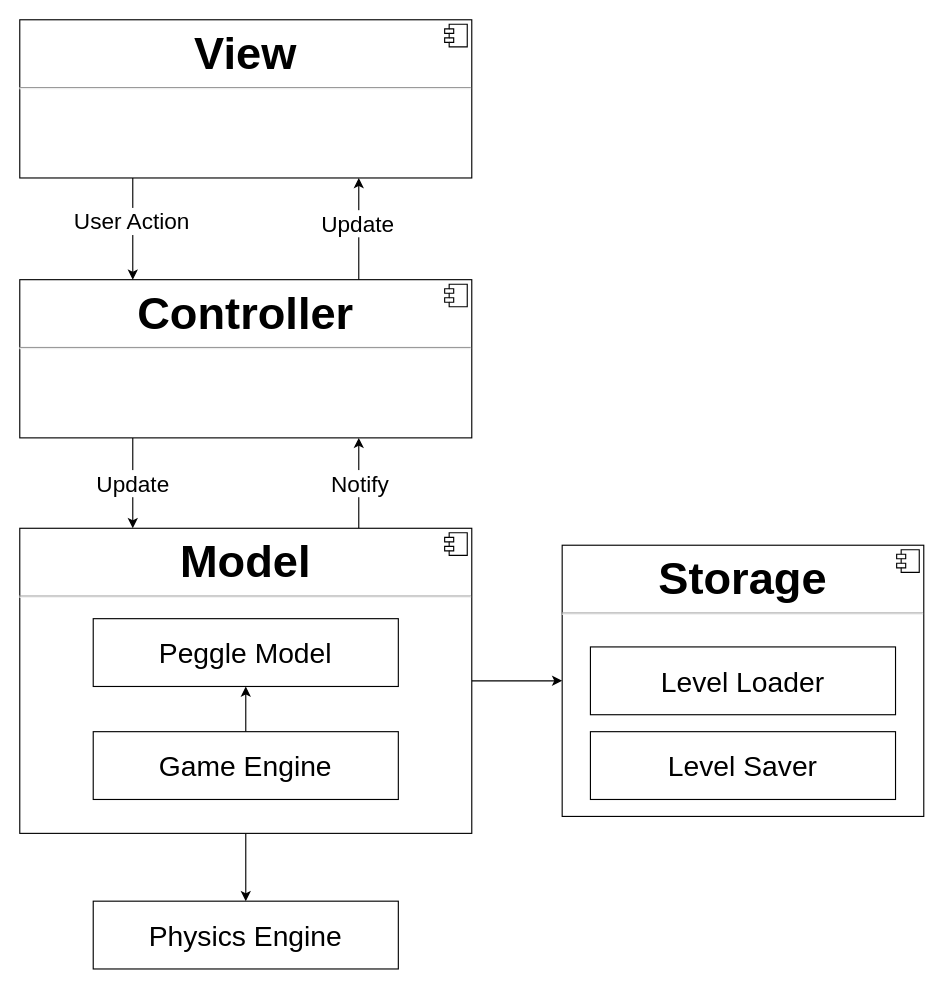
The draw.io diagram diagrams/ArchitectureDiagram.drawio in T-Fang/Ocean-Peggle, before the edit. Source tidied: cells renumbered, new cells numbered last; positions are measured from the earlier drawing's top-left corner, leaving out a move shared by most shapes. Both pictures are drawn from the tidied source at 113%, with x=0, y=0 at pixel (19, 19).
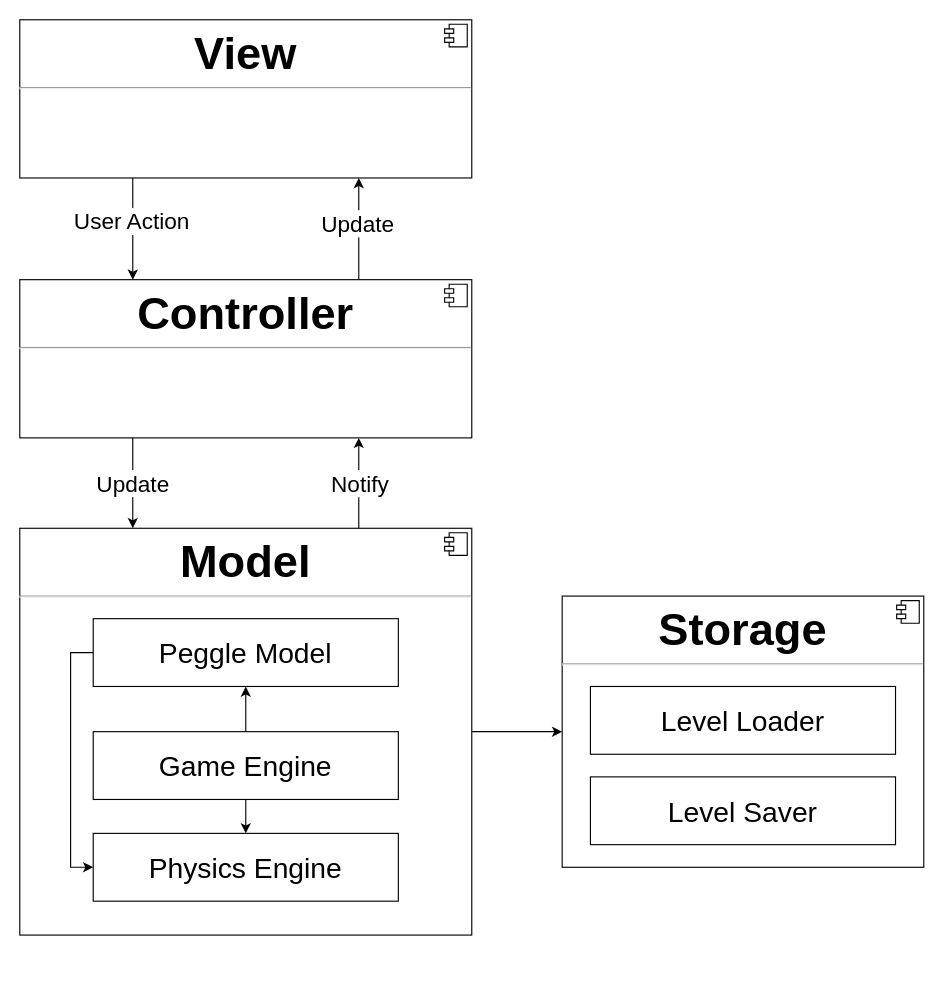
The same page after the edit.

The change refers to these unchanged cells:
```xml
<mxCell id="8" value="&lt;font style=&quot;font-size: 25px&quot;&gt;Peggle Model&lt;/font&gt;" style="rounded=0;whiteSpace=wrap;html=1;" parent="1" vertex="1">
  <mxGeometry x="65" y="530" width="270" height="60" as="geometry" />
</mxCell>
<mxCell id="10" value="&lt;span style=&quot;font-size: 25px&quot;&gt;Game Engine&lt;/span&gt;" style="rounded=0;whiteSpace=wrap;html=1;" parent="1" vertex="1">
  <mxGeometry x="65" y="630" width="270" height="60" as="geometry" />
</mxCell>
```

Diff of the diagram source:
```diff
@@
-    <mxCell id="2" style="edgeStyle=orthogonalEdgeStyle;rounded=0;jettySize=auto;html=1;exitX=0.5;exitY=1;exitDx=0;exitDy=0;entryX=0.5;entryY=0;entryDx=0;entryDy=0;" parent="1" edge="1" source="6" target="11">
-      <mxGeometry relative="1" as="geometry" />
-    </mxCell>
@@
     <mxCell id="6" value="&lt;p style=&quot;margin: 0px ; margin-top: 6px ; text-align: center&quot;&gt;&lt;b&gt;&lt;font style=&quot;font-size: 40px&quot;&gt;Model&lt;/font&gt;&lt;/b&gt;&lt;/p&gt;&lt;hr&gt;&lt;p style=&quot;margin: 0px ; margin-left: 8px&quot;&gt;&lt;br&gt;&lt;/p&gt;" style="align=left;overflow=fill;html=1;" parent="1" vertex="1">
-      <mxGeometry y="450" width="400" height="270" as="geometry" />
+      <mxGeometry y="450" width="400" height="360" as="geometry" />
     </mxCell>
@@
+    <mxCell id="26" style="edgeStyle=orthogonalEdgeStyle;rounded=0;jettySize=auto;html=1;exitX=0;exitY=0.5;exitDx=0;exitDy=0;entryX=0;entryY=0.5;entryDx=0;entryDy=0;" parent="1" edge="1" source="8" target="11">
+      <mxGeometry relative="1" as="geometry" />
+    </mxCell>
@@
+    <mxCell id="27" style="edgeStyle=orthogonalEdgeStyle;rounded=0;jettySize=auto;html=1;exitX=0.5;exitY=1;exitDx=0;exitDy=0;entryX=0.5;entryY=0;entryDx=0;entryDy=0;" parent="1" edge="1" source="10" target="11">
+      <mxGeometry relative="1" as="geometry" />
+    </mxCell>
@@
     <mxCell id="11" value="&lt;span style=&quot;font-size: 25px&quot;&gt;Physics Engine&lt;/span&gt;" style="rounded=0;whiteSpace=wrap;html=1;" parent="1" vertex="1">
-      <mxGeometry x="65" y="780" width="270" height="60" as="geometry" />
+      <mxGeometry x="65" y="720" width="270" height="60" as="geometry" />
     </mxCell>
     <mxCell id="12" value="&lt;p style=&quot;margin: 0px ; margin-top: 6px ; text-align: center&quot;&gt;&lt;b&gt;&lt;font style=&quot;font-size: 40px&quot;&gt;Storage&lt;/font&gt;&lt;/b&gt;&lt;/p&gt;&lt;hr&gt;&lt;p style=&quot;margin: 0px ; margin-left: 8px&quot;&gt;&lt;br&gt;&lt;/p&gt;" style="align=left;overflow=fill;html=1;" parent="1" vertex="1">
-      <mxGeometry x="480" y="465" width="320" height="240" as="geometry" />
+      <mxGeometry x="480" y="510" width="320" height="240" as="geometry" />
     </mxCell>
@@
     <mxCell id="14" value="&lt;font style=&quot;font-size: 25px&quot;&gt;Level Loader&lt;/font&gt;" style="rounded=0;whiteSpace=wrap;html=1;" parent="1" vertex="1">
-      <mxGeometry x="505" y="555" width="270" height="60" as="geometry" />
+      <mxGeometry x="505" y="590" width="270" height="60" as="geometry" />
     </mxCell>
     <mxCell id="15" value="&lt;span style=&quot;font-size: 25px&quot;&gt;Level Saver&lt;/span&gt;" style="rounded=0;whiteSpace=wrap;html=1;" parent="1" vertex="1">
-      <mxGeometry x="505" y="630" width="270" height="60" as="geometry" />
+      <mxGeometry x="505" y="670" width="270" height="60" as="geometry" />
     </mxCell>
```
